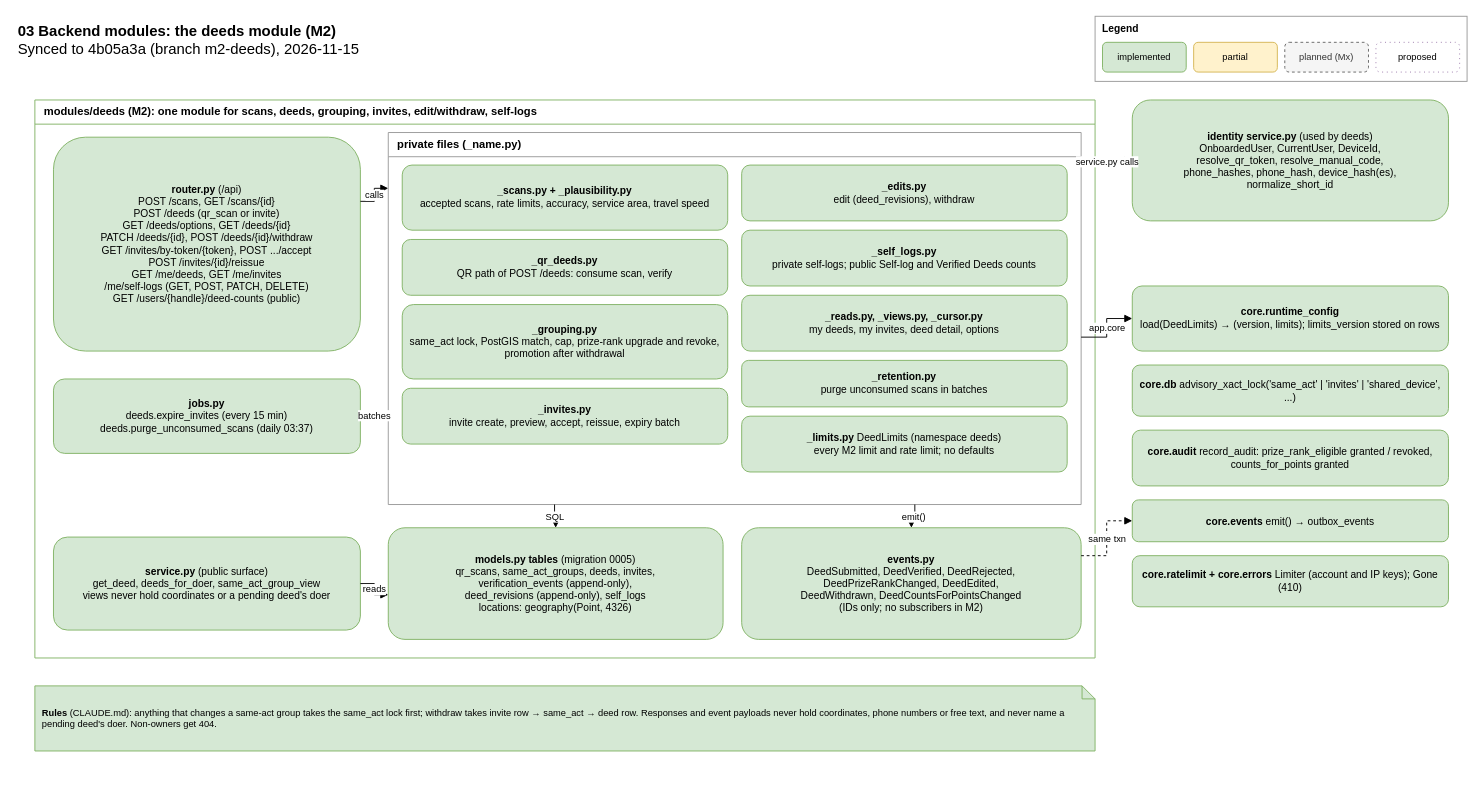
Above: page "Deeds module (M2)" (2 of 3) of docs/architecture/03-backend-modules.drawio in Ismail94M/Good-Deeds (draw.io), before the change. Source tidied: cells renumbered, new cells numbered last; positions are measured from the earlier drawing's top-left corner, leaving out a move shared by most shapes. Both pictures are drawn from the tidied source at 93%, with x=0, y=0 at pixel (16, 16).
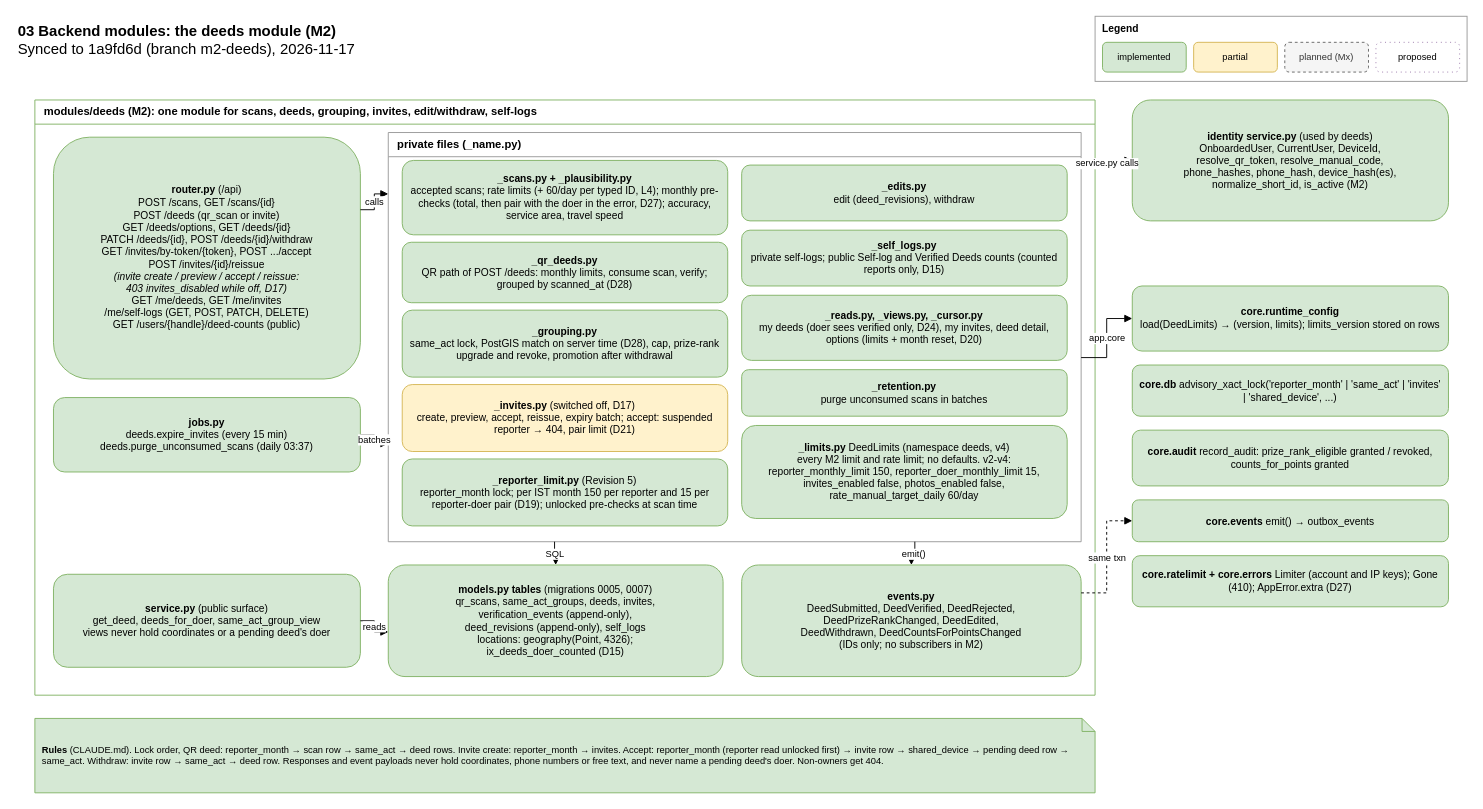
The same page after the edit.

Diff of the diagram source:
```diff
@@
-    <mxCell id="2" value="&lt;b&gt;03 Backend modules: the deeds module (M2)&lt;/b&gt;&lt;br&gt;Synced to 4b05a3a (branch m2-deeds), 2026-11-15" style="text;html=1;align=left;verticalAlign=top;fontSize=16;strokeColor=none;fillColor=none;" parent="1" vertex="1">
+    <mxCell id="2" value="&lt;b&gt;03 Backend modules: the deeds module (M2)&lt;/b&gt;&lt;br&gt;Synced to 1a9fd6d (branch m2-deeds), 2026-11-17" style="text;html=1;align=left;verticalAlign=top;fontSize=16;strokeColor=none;fillColor=none;" parent="1" vertex="1">
       <mxGeometry width="1000" height="50" as="geometry" />
     </mxCell>
@@
     <mxCell id="8" value="modules/deeds (M2): one module for scans, deeds, grouping, invites, edit/withdraw, self-logs" style="swimlane;whiteSpace=wrap;html=1;startSize=26;fontStyle=1;fillColor=none;strokeColor=#82b366;rounded=0;align=left;spacingLeft=8;" parent="1" vertex="1">
-      <mxGeometry x="20" y="90" width="1140" height="600" as="geometry" />
+      <mxGeometry x="20" y="90" width="1140" height="640" as="geometry" />
     </mxCell>
     <mxCell id="9" value="private files (_name.py)" style="swimlane;whiteSpace=wrap;html=1;startSize=26;fontStyle=1;fillColor=none;strokeColor=#999999;rounded=0;align=left;spacingLeft=8;" parent="1" vertex="1">
-      <mxGeometry x="400" y="125" width="745" height="400" as="geometry" />
+      <mxGeometry x="400" y="125" width="745" height="440" as="geometry" />
     </mxCell>
-    <mxCell id="10" value="&lt;b&gt;router.py&lt;/b&gt; (/api)&lt;br&gt;POST /scans, GET /scans/{id}&lt;br&gt;POST /deeds (qr_scan or invite)&lt;br&gt;GET /deeds/options, GET /deeds/{id}&lt;br&gt;PATCH /deeds/{id}, POST /deeds/{id}/withdraw&lt;br&gt;GET /invites/by-token/{token}, POST .../accept&lt;br&gt;POST /invites/{id}/reissue&lt;br&gt;GET /me/deeds, GET /me/invites&lt;br&gt;/me/self-logs (GET, POST, PATCH, DELETE)&lt;br&gt;GET /users/{handle}/deed-counts (public)" style="rounded=1;whiteSpace=wrap;html=1;fontSize=11;spacing=8;fillColor=#d5e8d4;strokeColor=#82b366;" parent="1" vertex="1">
-      <mxGeometry x="40" y="130" width="330" height="230" as="geometry" />
+    <mxCell id="10" value="&lt;b&gt;router.py&lt;/b&gt; (/api)&lt;br&gt;POST /scans, GET /scans/{id}&lt;br&gt;POST /deeds (qr_scan or invite)&lt;br&gt;GET /deeds/options, GET /deeds/{id}&lt;br&gt;PATCH /deeds/{id}, POST /deeds/{id}/withdraw&lt;br&gt;GET /invites/by-token/{token}, POST .../accept&lt;br&gt;POST /invites/{id}/reissue&lt;br&gt;&lt;i&gt;(invite create / preview / accept / reissue:&lt;br&gt;403 invites_disabled while off, D17)&lt;/i&gt;&lt;br&gt;GET /me/deeds, GET /me/invites&lt;br&gt;/me/self-logs (GET, POST, PATCH, DELETE)&lt;br&gt;GET /users/{handle}/deed-counts (public)" style="rounded=1;whiteSpace=wrap;html=1;fontSize=11;spacing=8;fillColor=#d5e8d4;strokeColor=#82b366;" parent="1" vertex="1">
+      <mxGeometry x="40" y="130" width="330" height="260" as="geometry" />
     </mxCell>
     <mxCell id="11" value="&lt;b&gt;service.py&lt;/b&gt; (public surface)&lt;br&gt;get_deed, deeds_for_doer, same_act_group_view&lt;br&gt;views never hold coordinates or a pending deed's doer" style="rounded=1;whiteSpace=wrap;html=1;fontSize=11;spacing=8;fillColor=#d5e8d4;strokeColor=#82b366;" parent="1" vertex="1">
-      <mxGeometry x="40" y="560" width="330" height="100" as="geometry" />
+      <mxGeometry x="40" y="600" width="330" height="100" as="geometry" />
     </mxCell>
     <mxCell id="12" value="&lt;b&gt;jobs.py&lt;/b&gt;&lt;br&gt;deeds.expire_invites (every 15 min)&lt;br&gt;deeds.purge_unconsumed_scans (daily 03:37)" style="rounded=1;whiteSpace=wrap;html=1;fontSize=11;spacing=8;fillColor=#d5e8d4;strokeColor=#82b366;" parent="1" vertex="1">
-      <mxGeometry x="40" y="390" width="330" height="80" as="geometry" />
+      <mxGeometry x="40" y="410" width="330" height="80" as="geometry" />
     </mxCell>
-    <mxCell id="13" value="&lt;b&gt;_scans.py + _plausibility.py&lt;/b&gt;&lt;br&gt;accepted scans, rate limits, accuracy, service area, travel speed" style="rounded=1;whiteSpace=wrap;html=1;fontSize=11;spacing=8;fillColor=#d5e8d4;strokeColor=#82b366;" parent="1" vertex="1">
-      <mxGeometry x="415" y="160" width="350" height="70" as="geometry" />
+    <mxCell id="13" value="&lt;b&gt;_scans.py + _plausibility.py&lt;/b&gt;&lt;br&gt;accepted scans; rate limits (+ 60/day per typed ID, L4); monthly pre-checks (total, then pair with the doer in the error, D27); accuracy, service area, travel speed" style="rounded=1;whiteSpace=wrap;html=1;fontSize=11;spacing=8;fillColor=#d5e8d4;strokeColor=#82b366;" parent="1" vertex="1">
+      <mxGeometry x="415" y="155" width="350" height="80" as="geometry" />
     </mxCell>
-    <mxCell id="14" value="&lt;b&gt;_qr_deeds.py&lt;/b&gt;&lt;br&gt;QR path of POST /deeds: consume scan, verify" style="rounded=1;whiteSpace=wrap;html=1;fontSize=11;spacing=8;fillColor=#d5e8d4;strokeColor=#82b366;" parent="1" vertex="1">
-      <mxGeometry x="415" y="240" width="350" height="60" as="geometry" />
+    <mxCell id="14" value="&lt;b&gt;_qr_deeds.py&lt;/b&gt;&lt;br&gt;QR path of POST /deeds: monthly limits, consume scan, verify; grouped by scanned_at (D28)" style="rounded=1;whiteSpace=wrap;html=1;fontSize=11;spacing=8;fillColor=#d5e8d4;strokeColor=#82b366;" parent="1" vertex="1">
+      <mxGeometry x="415" y="243" width="350" height="65" as="geometry" />
     </mxCell>
-    <mxCell id="15" value="&lt;b&gt;_grouping.py&lt;/b&gt;&lt;br&gt;same_act lock, PostGIS match, cap, prize-rank upgrade and revoke, promotion after withdrawal" style="rounded=1;whiteSpace=wrap;html=1;fontSize=11;spacing=8;fillColor=#d5e8d4;strokeColor=#82b366;" parent="1" vertex="1">
-      <mxGeometry x="415" y="310" width="350" height="80" as="geometry" />
+    <mxCell id="15" value="&lt;b&gt;_grouping.py&lt;/b&gt;&lt;br&gt;same_act lock, PostGIS match on server time (D28), cap, prize-rank upgrade and revoke, promotion after withdrawal" style="rounded=1;whiteSpace=wrap;html=1;fontSize=11;spacing=8;fillColor=#d5e8d4;strokeColor=#82b366;" parent="1" vertex="1">
+      <mxGeometry x="415" y="316" width="350" height="72" as="geometry" />
     </mxCell>
-    <mxCell id="16" value="&lt;b&gt;_invites.py&lt;/b&gt;&lt;br&gt;invite create, preview, accept, reissue, expiry batch" style="rounded=1;whiteSpace=wrap;html=1;fontSize=11;spacing=8;fillColor=#d5e8d4;strokeColor=#82b366;" parent="1" vertex="1">
-      <mxGeometry x="415" y="400" width="350" height="60" as="geometry" />
+    <mxCell id="16" value="&lt;b&gt;_invites.py&lt;/b&gt; (switched off, D17)&lt;br&gt;create, preview, accept, reissue, expiry batch; accept: suspended reporter → 404, pair limit (D21)" style="rounded=1;whiteSpace=wrap;html=1;fontSize=11;spacing=8;fillColor=#fff2cc;strokeColor=#d6b656;" parent="1" vertex="1">
+      <mxGeometry x="415" y="396" width="350" height="72" as="geometry" />
     </mxCell>
+    <mxCell id="39" value="&lt;b&gt;_reporter_limit.py&lt;/b&gt; (Revision 5)&lt;br&gt;reporter_month lock; per IST month 150 per reporter and 15 per reporter-doer pair (D19); unlocked pre-checks at scan time" style="rounded=1;whiteSpace=wrap;html=1;fontSize=11;spacing=8;fillColor=#d5e8d4;strokeColor=#82b366;" parent="1" vertex="1">
+      <mxGeometry x="415" y="476" width="350" height="72" as="geometry" />
+    </mxCell>
@@
-    <mxCell id="18" value="&lt;b&gt;_self_logs.py&lt;/b&gt;&lt;br&gt;private self-logs; public Self-log and Verified Deeds counts" style="rounded=1;whiteSpace=wrap;html=1;fontSize=11;spacing=8;fillColor=#d5e8d4;strokeColor=#82b366;" parent="1" vertex="1">
+    <mxCell id="18" value="&lt;b&gt;_self_logs.py&lt;/b&gt;&lt;br&gt;private self-logs; public Self-log and Verified Deeds counts (counted reports only, D15)" style="rounded=1;whiteSpace=wrap;html=1;fontSize=11;spacing=8;fillColor=#d5e8d4;strokeColor=#82b366;" parent="1" vertex="1">
       <mxGeometry x="780" y="230" width="350" height="60" as="geometry" />
     </mxCell>
-    <mxCell id="19" value="&lt;b&gt;_reads.py, _views.py, _cursor.py&lt;/b&gt;&lt;br&gt;my deeds, my invites, deed detail, options" style="rounded=1;whiteSpace=wrap;html=1;fontSize=11;spacing=8;fillColor=#d5e8d4;strokeColor=#82b366;" parent="1" vertex="1">
-      <mxGeometry x="780" y="300" width="350" height="60" as="geometry" />
+    <mxCell id="19" value="&lt;b&gt;_reads.py, _views.py, _cursor.py&lt;/b&gt;&lt;br&gt;my deeds (doer sees verified only, D24), my invites, deed detail, options (limits + month reset, D20)" style="rounded=1;whiteSpace=wrap;html=1;fontSize=11;spacing=8;fillColor=#d5e8d4;strokeColor=#82b366;" parent="1" vertex="1">
+      <mxGeometry x="780" y="300" width="350" height="70" as="geometry" />
     </mxCell>
     <mxCell id="20" value="&lt;b&gt;_retention.py&lt;/b&gt;&lt;br&gt;purge unconsumed scans in batches" style="rounded=1;whiteSpace=wrap;html=1;fontSize=11;spacing=8;fillColor=#d5e8d4;strokeColor=#82b366;" parent="1" vertex="1">
-      <mxGeometry x="780" y="370" width="350" height="50" as="geometry" />
+      <mxGeometry x="780" y="380" width="350" height="50" as="geometry" />
     </mxCell>
-    <mxCell id="21" value="&lt;b&gt;_limits.py&lt;/b&gt; DeedLimits (namespace deeds)&lt;br&gt;every M2 limit and rate limit; no defaults" style="rounded=1;whiteSpace=wrap;html=1;fontSize=11;spacing=8;fillColor=#d5e8d4;strokeColor=#82b366;" parent="1" vertex="1">
-      <mxGeometry x="780" y="430" width="350" height="60" as="geometry" />
+    <mxCell id="21" value="&lt;b&gt;_limits.py&lt;/b&gt; DeedLimits (namespace deeds, v4)&lt;br&gt;every M2 limit and rate limit; no defaults. v2-v4: reporter_monthly_limit 150, reporter_doer_monthly_limit 15, invites_enabled false, photos_enabled false, rate_manual_target_daily 60/day" style="rounded=1;whiteSpace=wrap;html=1;fontSize=11;spacing=8;fillColor=#d5e8d4;strokeColor=#82b366;" parent="1" vertex="1">
+      <mxGeometry x="780" y="440" width="350" height="100" as="geometry" />
     </mxCell>
-    <mxCell id="22" value="&lt;b&gt;models.py tables&lt;/b&gt; (migration 0005)&lt;br&gt;qr_scans, same_act_groups, deeds, invites,&lt;br&gt;verification_events (append-only),&lt;br&gt;deed_revisions (append-only), self_logs&lt;br&gt;locations: geography(Point, 4326)" style="rounded=1;whiteSpace=wrap;html=1;fontSize=11;spacing=8;fillColor=#d5e8d4;strokeColor=#82b366;" parent="1" vertex="1">
-      <mxGeometry x="400" y="550" width="360" height="120" as="geometry" />
+    <mxCell id="22" value="&lt;b&gt;models.py tables&lt;/b&gt; (migrations 0005, 0007)&lt;br&gt;qr_scans, same_act_groups, deeds, invites,&lt;br&gt;verification_events (append-only),&lt;br&gt;deed_revisions (append-only), self_logs&lt;br&gt;locations: geography(Point, 4326);&lt;br&gt;ix_deeds_doer_counted (D15)" style="rounded=1;whiteSpace=wrap;html=1;fontSize=11;spacing=8;fillColor=#d5e8d4;strokeColor=#82b366;" parent="1" vertex="1">
+      <mxGeometry x="400" y="590" width="360" height="120" as="geometry" />
     </mxCell>
     <mxCell id="23" value="&lt;b&gt;events.py&lt;/b&gt;&lt;br&gt;DeedSubmitted, DeedVerified, DeedRejected,&lt;br&gt;DeedPrizeRankChanged, DeedEdited,&lt;br&gt;DeedWithdrawn, DeedCountsForPointsChanged&lt;br&gt;(IDs only; no subscribers in M2)" style="rounded=1;whiteSpace=wrap;html=1;fontSize=11;spacing=8;fillColor=#d5e8d4;strokeColor=#82b366;" parent="1" vertex="1">
-      <mxGeometry x="780" y="550" width="365" height="120" as="geometry" />
+      <mxGeometry x="780" y="590" width="365" height="120" as="geometry" />
     </mxCell>
-    <mxCell id="24" value="&lt;b&gt;identity service.py&lt;/b&gt; (used by deeds)&lt;br&gt;OnboardedUser, CurrentUser, DeviceId,&lt;br&gt;resolve_qr_token, resolve_manual_code,&lt;br&gt;phone_hashes, phone_hash, device_hash(es),&lt;br&gt;normalize_short_id" style="rounded=1;whiteSpace=wrap;html=1;fontSize=11;spacing=8;fillColor=#d5e8d4;strokeColor=#82b366;" parent="1" vertex="1">
+    <mxCell id="24" value="&lt;b&gt;identity service.py&lt;/b&gt; (used by deeds)&lt;br&gt;OnboardedUser, CurrentUser, DeviceId,&lt;br&gt;resolve_qr_token, resolve_manual_code,&lt;br&gt;phone_hashes, phone_hash, device_hash(es),&lt;br&gt;normalize_short_id, is_active (M2)" style="rounded=1;whiteSpace=wrap;html=1;fontSize=11;spacing=8;fillColor=#d5e8d4;strokeColor=#82b366;" parent="1" vertex="1">
       <mxGeometry x="1200" y="90" width="340" height="130" as="geometry" />
     </mxCell>
@@
-    <mxCell id="26" value="&lt;b&gt;core.db&lt;/b&gt; advisory_xact_lock('same_act' | 'invites' | 'shared_device', ...)" style="rounded=1;whiteSpace=wrap;html=1;fontSize=11;spacing=8;fillColor=#d5e8d4;strokeColor=#82b366;" parent="1" vertex="1">
+    <mxCell id="26" value="&lt;b&gt;core.db&lt;/b&gt; advisory_xact_lock('reporter_month' | 'same_act' | 'invites' | 'shared_device', ...)" style="rounded=1;whiteSpace=wrap;html=1;fontSize=11;spacing=8;fillColor=#d5e8d4;strokeColor=#82b366;" parent="1" vertex="1">
       <mxGeometry x="1200" y="375" width="340" height="55" as="geometry" />
     </mxCell>
@@
-    <mxCell id="29" value="&lt;b&gt;core.ratelimit + core.errors&lt;/b&gt; Limiter (account and IP keys); Gone (410)" style="rounded=1;whiteSpace=wrap;html=1;fontSize=11;spacing=8;fillColor=#d5e8d4;strokeColor=#82b366;" parent="1" vertex="1">
+    <mxCell id="29" value="&lt;b&gt;core.ratelimit + core.errors&lt;/b&gt; Limiter (account and IP keys); Gone (410); AppError.extra (D27)" style="rounded=1;whiteSpace=wrap;html=1;fontSize=11;spacing=8;fillColor=#d5e8d4;strokeColor=#82b366;" parent="1" vertex="1">
       <mxGeometry x="1200" y="580" width="340" height="55" as="geometry" />
     </mxCell>
-    <mxCell id="30" value="&lt;b&gt;Rules&lt;/b&gt; (CLAUDE.md): anything that changes a same-act group takes the same_act lock first; withdraw takes invite row → same_act → deed row. Responses and event payloads never hold coordinates, phone numbers or free text, and never name a pending deed's doer. Non-owners get 404." style="shape=note;whiteSpace=wrap;html=1;size=14;align=left;spacingLeft=6;fontSize=10;rounded=0;fillColor=#d5e8d4;strokeColor=#82b366;" parent="1" vertex="1">
-      <mxGeometry x="20" y="720" width="1140" height="70" as="geometry" />
+    <mxCell id="30" value="&lt;b&gt;Rules&lt;/b&gt; (CLAUDE.md). Lock order, QR deed: reporter_month → scan row → same_act → deed rows. Invite create: reporter_month → invites. Accept: reporter_month (reporter read unlocked first) → invite row → shared_device → pending deed row → same_act. Withdraw: invite row → same_act → deed row. Responses and event payloads never hold coordinates, phone numbers or free text, and never name a pending deed's doer. Non-owners get 404." style="shape=note;whiteSpace=wrap;html=1;size=14;align=left;spacingLeft=6;fontSize=10;rounded=0;fillColor=#d5e8d4;strokeColor=#82b366;" parent="1" vertex="1">
+      <mxGeometry x="20" y="755" width="1140" height="80" as="geometry" />
     </mxCell>
```
